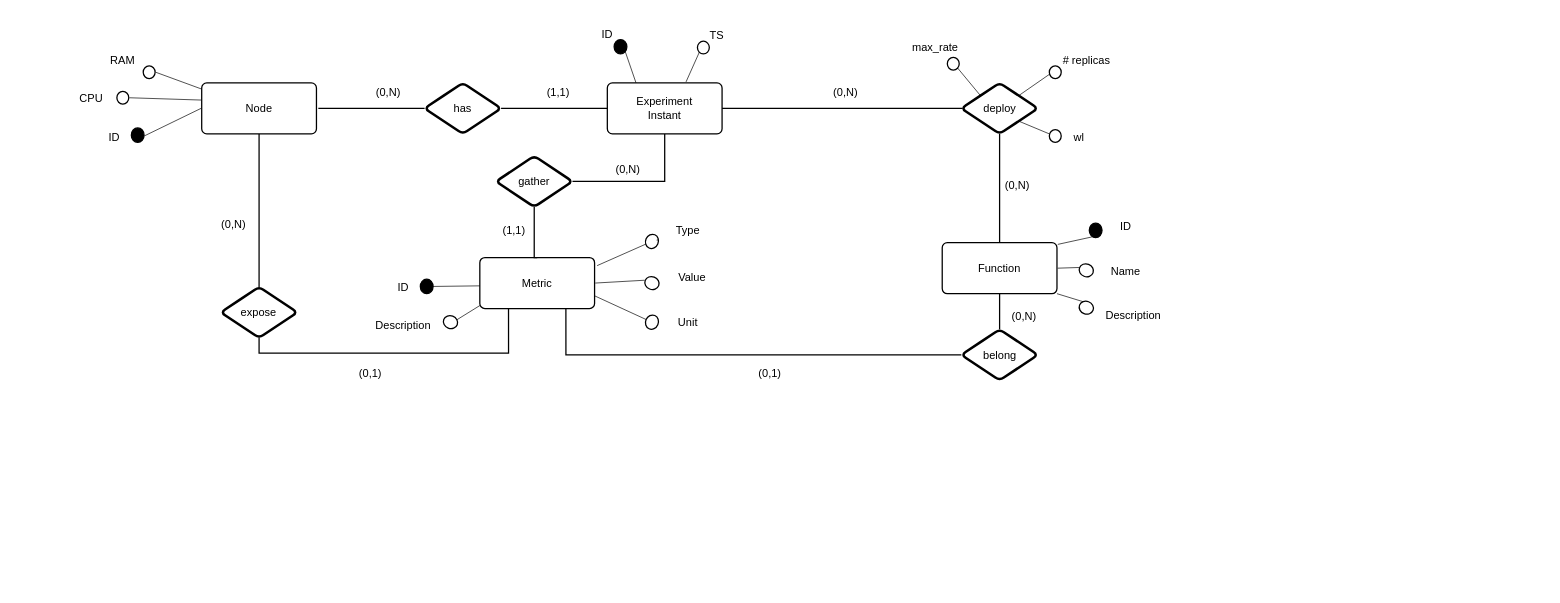
Earlier version of the draw.io diagram page "Eliminazione gerarchie" (2 of 2) of simulation/doc/database_design/[Revision]-ER-simulation.drawio (unimib-datAI/dfaas). Source tidied: cells renumbered, new cells numbered last; positions are measured from the earlier drawing's top-left corner, leaving out a move shared by most shapes. Both pictures are drawn from the tidied source at 85%, with x=0, y=0 at pixel (14, 14).
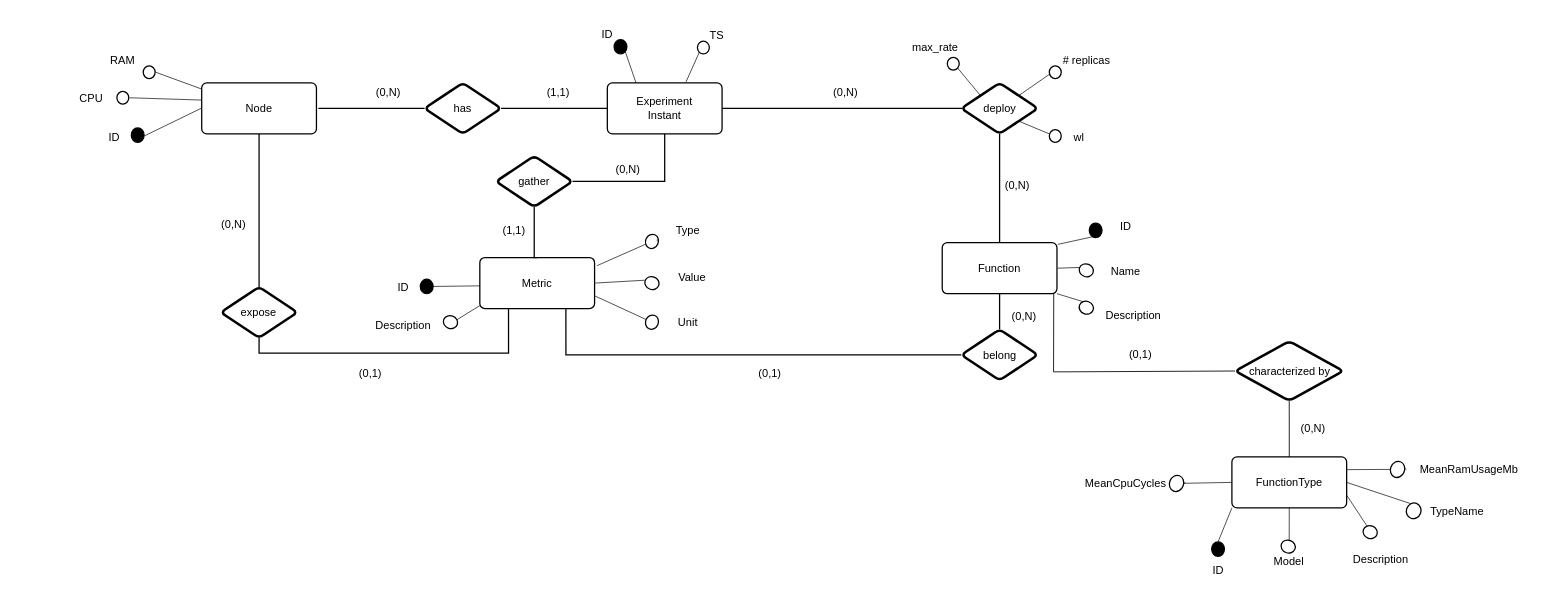
After the change.

Diff of the diagram source:
```diff
@@
+    <mxCell id="81" value="&lt;span style=&quot;font-style: normal&quot;&gt;FunctionType&lt;/span&gt;" style="html=1;overflow=block;blockSpacing=1;whiteSpace=wrap;whiteSpace=wrap;fontSize=13;fontColor=#000000;fontStyle=2;spacing=3.8;strokeOpacity=100;fillOpacity=100;rounded=1;absoluteArcSize=1;arcSize=12;fillColor=#ffffff;strokeWidth=1.5;" parent="1" vertex="1">
+      <mxGeometry x="1431.8" y="520" width="135" height="60" as="geometry" />
+    </mxCell>
+    <mxCell id="82" value="characterized by" style="html=1;overflow=block;blockSpacing=1;whiteSpace=wrap;rhombus;whiteSpace=wrap;fontSize=13;fontColor=#000000;spacing=3.8;strokeOpacity=100;rounded=1;absoluteArcSize=1;arcSize=12;strokeWidth=3;" parent="1" vertex="1">
+      <mxGeometry x="1435.5" y="384" width="127.5" height="70" as="geometry" />
+    </mxCell>
+    <mxCell id="83" style="endArrow=none;html=1;rounded=0;entryX=0.75;entryY=1;entryDx=0;entryDy=0;exitX=0;exitY=0.5;exitDx=0;exitDy=0;" parent="1" edge="1" source="82">
+      <mxGeometry relative="1" as="geometry">
+        <mxPoint x="1222.2" y="328" as="targetPoint" />
+        <Array as="points">
+          <mxPoint x="1222" y="420" />
+        </Array>
+      </mxGeometry>
+    </mxCell>
+    <mxCell id="84" style="endArrow=none;html=1;rounded=0;entryX=0.5;entryY=1;entryDx=0;entryDy=0;exitX=0.5;exitY=0;exitDx=0;exitDy=0;" parent="1" edge="1" source="81" target="82">
+      <mxGeometry relative="1" as="geometry" />
+    </mxCell>
+    <mxCell id="85" value="(0,1)" style="text;html=1;labelBackgroundColor=#ffffff;align=center;verticalAlign=middle;fontColor=#000000;fontSize=13;" parent="1" vertex="1">
+      <mxGeometry x="1325.5" y="400" as="geometry">
+        <mxPoint x="-2" y="-2" as="offset" />
+      </mxGeometry>
+    </mxCell>
+    <mxCell id="86" value="ID" style="html=1;overflow=block;blockSpacing=1;whiteSpace=wrap;strokeColor=none;fillColor=none;whiteSpace=wrap;fontSize=13;fontColor=#000000;spacing=0;strokeWidth=1.5;" parent="1" vertex="1">
+      <mxGeometry x="1325.5" y="630" width="180" height="45" as="geometry" />
+    </mxCell>
+    <mxCell id="87" style="html=1;overflow=block;blockSpacing=1;whiteSpace=wrap;ellipse;whiteSpace=wrap;fontSize=13;spacing=3.8;strokeOpacity=100;fillOpacity=100;rounded=1;absoluteArcSize=1;arcSize=12;fillColor=#000000;strokeWidth=1.5;" parent="1" vertex="1">
+      <mxGeometry x="1408" y="620" width="15" height="17" as="geometry" />
+    </mxCell>
+    <mxCell id="88" style="html=1;jettySize=18;whiteSpace=wrap;fontSize=13;strokeOpacity=100;strokeWidth=0.8;rounded=0;startArrow=none;endArrow=none;entryX=0.5;entryY=0;entryDx=0;entryDy=0;exitX=0;exitY=1;exitDx=0;exitDy=0;" parent="1" edge="1" source="81" target="87">
+      <mxGeometry relative="1" as="geometry" />
+    </mxCell>
+    <mxCell id="89" style="html=1;jettySize=18;whiteSpace=wrap;fontSize=13;strokeOpacity=100;strokeWidth=0.8;rounded=0;startArrow=none;endArrow=none;exitX=0.5;exitY=1;exitDx=0;exitDy=0;entryX=0.5;entryY=0;entryDx=0;entryDy=0;" parent="1" edge="1" source="81" target="90">
+      <mxGeometry relative="1" as="geometry" />
+    </mxCell>
+    <mxCell id="90" value="Model" style="html=1;overflow=block;blockSpacing=1;whiteSpace=wrap;strokeColor=none;fillColor=none;whiteSpace=wrap;fontSize=13;fontColor=#000000;spacing=0;strokeWidth=1.5;" parent="1" vertex="1">
+      <mxGeometry x="1409.2" y="620" width="180" height="45" as="geometry" />
+    </mxCell>
+    <mxCell id="91" style="html=1;overflow=block;blockSpacing=1;whiteSpace=wrap;ellipse;whiteSpace=wrap;fontSize=13;spacing=3.8;strokeOpacity=100;fillOpacity=100;rounded=1;absoluteArcSize=1;arcSize=12;rotation=-69.15028134067767;fillColor=#ffffff;strokeWidth=1.5;" parent="1" vertex="1">
+      <mxGeometry x="1490.5" y="617" width="15" height="17" as="geometry" />
+    </mxCell>
+    <mxCell id="92" style="html=1;jettySize=18;whiteSpace=wrap;fontSize=13;strokeOpacity=100;strokeWidth=0.8;rounded=0;startArrow=none;endArrow=none;exitX=1;exitY=0.75;exitDx=0;exitDy=0;entryX=1;entryY=0;entryDx=0;entryDy=0;" parent="1" edge="1" source="81" target="94">
+      <mxGeometry relative="1" as="geometry" />
+    </mxCell>
+    <mxCell id="93" value="Description" style="html=1;overflow=block;blockSpacing=1;whiteSpace=wrap;strokeColor=none;fillColor=none;whiteSpace=wrap;fontSize=13;fontColor=#000000;spacing=0;strokeWidth=1.5;" parent="1" vertex="1">
+      <mxGeometry x="1517" y="617" width="180" height="45" as="geometry" />
+    </mxCell>
+    <mxCell id="94" style="html=1;overflow=block;blockSpacing=1;whiteSpace=wrap;ellipse;whiteSpace=wrap;fontSize=13;spacing=3.8;strokeOpacity=100;fillOpacity=100;rounded=1;absoluteArcSize=1;arcSize=12;rotation=-69.15028134067767;fillColor=#ffffff;strokeWidth=1.5;" parent="1" vertex="1">
+      <mxGeometry x="1587" y="600" width="15" height="17" as="geometry" />
+    </mxCell>
+    <mxCell id="95" style="html=1;jettySize=18;whiteSpace=wrap;fontSize=13;strokeOpacity=100;strokeWidth=0.8;rounded=0;startArrow=none;endArrow=none;exitX=1;exitY=0.25;exitDx=0;exitDy=0;" parent="1" edge="1" source="99">
+      <mxGeometry relative="1" as="geometry">
+        <mxPoint x="1637" y="535" as="targetPoint" />
+      </mxGeometry>
+    </mxCell>
+    <mxCell id="96" style="html=1;jettySize=18;whiteSpace=wrap;fontSize=13;strokeOpacity=100;strokeWidth=0.8;rounded=0;startArrow=none;endArrow=none;exitX=0;exitY=0.5;exitDx=0;exitDy=0;" parent="1" edge="1" source="97">
+      <mxGeometry relative="1" as="geometry">
+        <mxPoint x="1377" y="550" as="targetPoint" />
+      </mxGeometry>
+    </mxCell>
+    <mxCell id="97" style="html=1;overflow=block;blockSpacing=1;whiteSpace=wrap;ellipse;whiteSpace=wrap;fontSize=13;spacing=3.8;strokeOpacity=100;fillOpacity=100;rounded=1;absoluteArcSize=1;arcSize=12;rotation=-69.15028134067767;fillColor=#ffffff;strokeWidth=1.5;" parent="1" vertex="1">
+      <mxGeometry x="1357" y="543" width="19.3" height="16.5" as="geometry" />
+    </mxCell>
+    <mxCell id="98" style="html=1;jettySize=18;whiteSpace=wrap;fontSize=13;strokeOpacity=100;strokeWidth=0.8;rounded=0;startArrow=none;endArrow=none;exitX=0;exitY=0.5;exitDx=0;exitDy=0;" parent="1" edge="1" source="81" target="97">
+      <mxGeometry relative="1" as="geometry" />
+    </mxCell>
+    <mxCell id="99" style="html=1;overflow=block;blockSpacing=1;whiteSpace=wrap;ellipse;whiteSpace=wrap;fontSize=13;spacing=3.8;strokeOpacity=100;fillOpacity=100;rounded=1;absoluteArcSize=1;arcSize=12;rotation=-69.15028134067767;fillColor=#ffffff;strokeWidth=1.5;" parent="1" vertex="1">
+      <mxGeometry x="1617" y="526.5" width="19.3" height="16.5" as="geometry" />
+    </mxCell>
+    <mxCell id="100" style="html=1;jettySize=18;whiteSpace=wrap;fontSize=13;strokeOpacity=100;strokeWidth=0.8;rounded=0;startArrow=none;endArrow=none;exitX=1;exitY=0.25;exitDx=0;exitDy=0;" parent="1" edge="1" source="81" target="99">
+      <mxGeometry relative="1" as="geometry" />
+    </mxCell>
+    <mxCell id="101" value="MeanRamUsageMb" style="html=1;overflow=block;blockSpacing=1;whiteSpace=wrap;strokeColor=none;fillColor=none;whiteSpace=wrap;fontSize=13;fontColor=#000000;spacing=0;strokeWidth=1.5;" parent="1" vertex="1">
+      <mxGeometry x="1621" y="512.2" width="180" height="45" as="geometry" />
+    </mxCell>
+    <mxCell id="102" value="MeanCpuCycles" style="html=1;overflow=block;blockSpacing=1;whiteSpace=wrap;strokeColor=none;fillColor=none;whiteSpace=wrap;fontSize=13;fontColor=#000000;spacing=0;strokeWidth=1.5;" parent="1" vertex="1">
+      <mxGeometry x="1217" y="528.7" width="180" height="45" as="geometry" />
+    </mxCell>
+    <mxCell id="103" value="(0,N)" style="text;html=1;labelBackgroundColor=#ffffff;align=center;verticalAlign=middle;fontColor=#000000;fontSize=13;" parent="1" vertex="1">
+      <mxGeometry x="1527" y="480" as="geometry">
+        <mxPoint x="-1" y="5" as="offset" />
+      </mxGeometry>
+    </mxCell>
+    <mxCell id="104" style="html=1;jettySize=18;whiteSpace=wrap;fontSize=13;strokeOpacity=100;strokeWidth=0.8;rounded=0;startArrow=none;endArrow=none;entryX=1;entryY=0;entryDx=0;entryDy=0;exitX=1;exitY=0.5;exitDx=0;exitDy=0;" parent="1" edge="1" source="81" target="105">
+      <mxGeometry relative="1" as="geometry" />
+    </mxCell>
+    <mxCell id="105" style="html=1;overflow=block;blockSpacing=1;whiteSpace=wrap;ellipse;whiteSpace=wrap;fontSize=13;spacing=3.8;strokeOpacity=100;fillOpacity=100;rounded=1;absoluteArcSize=1;arcSize=12;rotation=-69.15028134067767;fillColor=#ffffff;strokeWidth=1.5;" parent="1" vertex="1">
+      <mxGeometry x="1636.3" y="575" width="18.7" height="17" as="geometry" />
+    </mxCell>
+    <mxCell id="106" value="TypeName" style="html=1;overflow=block;blockSpacing=1;whiteSpace=wrap;strokeColor=none;fillColor=none;whiteSpace=wrap;fontSize=13;fontColor=#000000;spacing=0;strokeWidth=1.5;" parent="1" vertex="1">
+      <mxGeometry x="1607" y="561" width="180" height="45" as="geometry" />
+    </mxCell>
```
